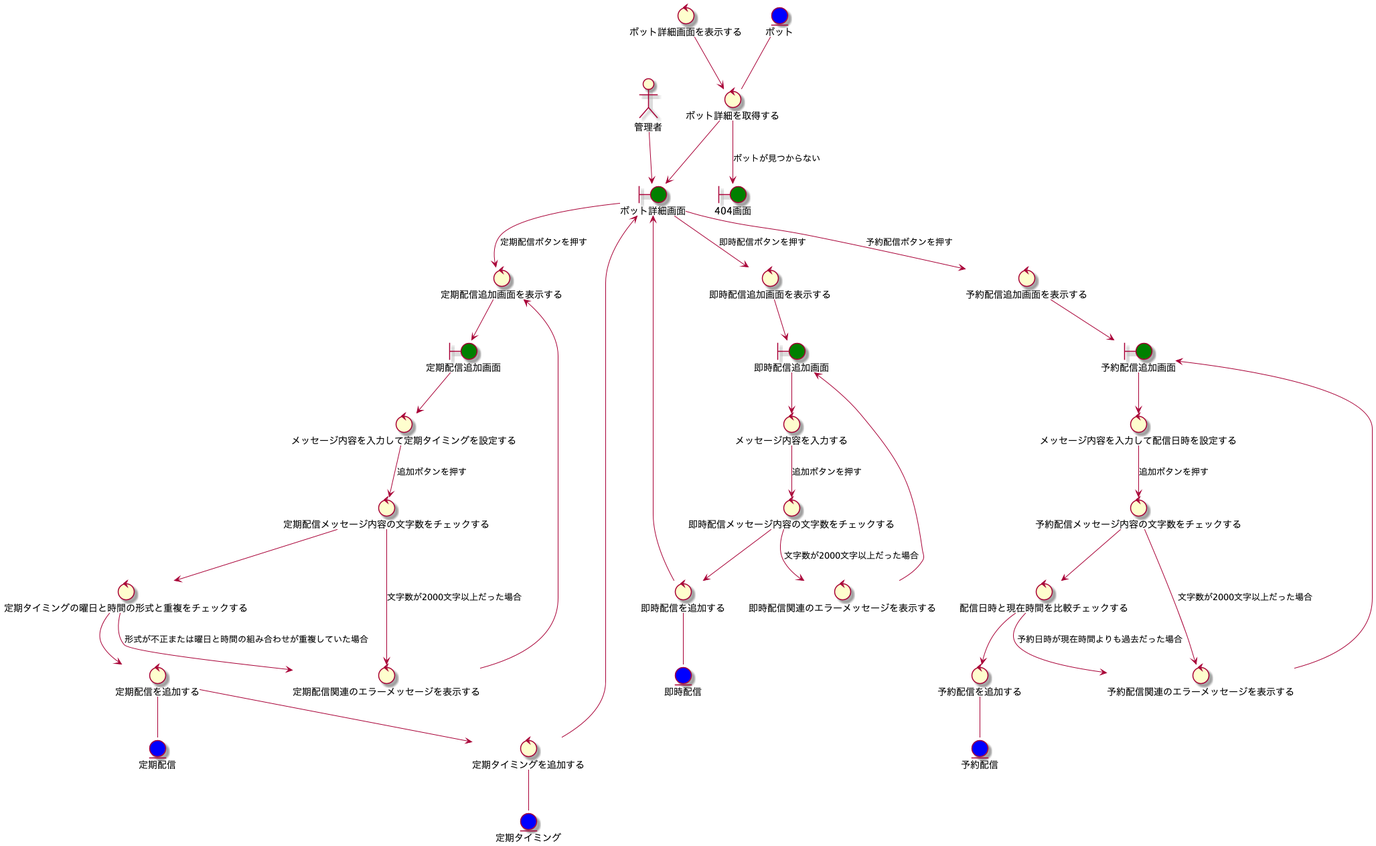
Above: diagram/analysis/robustness-post_message-create.png in takemo101/dc-scheduler (PlantUML), before the change. Source of this version:
```plantuml
@startuml robustness-post_message-create

actor 管理者
boundary ボット詳細画面 #green
boundary 即時配信追加画面 #green
boundary 定期配信追加画面 #green
boundary 予約配信追加画面 #green
boundary 404画面 #green
control ボット詳細画面を表示する
control ボット詳細を取得する
control 定期配信追加画面を表示する
control 即時配信追加画面を表示する
control 予約配信追加画面を表示する
control メッセージ内容を入力して配信日時を設定する
control メッセージ内容を入力する
control メッセージ内容を入力して定期タイミングを設定する
control 定期配信メッセージ内容の文字数をチェックする
control 即時配信メッセージ内容の文字数をチェックする
control 予約配信メッセージ内容の文字数をチェックする
control 配信日時と現在時間を比較チェックする
control 定期タイミングの曜日と時間の形式と重複をチェックする
control 定期配信関連のエラーメッセージを表示する
control 即時配信関連のエラーメッセージを表示する
control 予約配信関連のエラーメッセージを表示する
control 定期配信を追加する
control 定期タイミングを追加する
control 即時配信を追加する
control 予約配信を追加する
entity ボット #blue
entity 定期配信 #blue
entity 即時配信 #blue
entity 予約配信 #blue
entity 定期タイミング #blue

管理者 --> ボット詳細画面
ボット詳細画面を表示する --> ボット詳細を取得する
ボット詳細を取得する --> ボット詳細画面
ボット詳細を取得する --> 404画面 :ボットが見つからない
ボット -- ボット詳細を取得する
ボット詳細画面 --> 定期配信追加画面を表示する :定期配信ボタンを押す
ボット詳細画面 --> 即時配信追加画面を表示する :即時配信ボタンを押す
ボット詳細画面 --> 予約配信追加画面を表示する :予約配信ボタンを押す
定期配信追加画面を表示する --> 定期配信追加画面
即時配信追加画面を表示する --> 即時配信追加画面
予約配信追加画面を表示する --> 予約配信追加画面

定期配信追加画面 --> メッセージ内容を入力して定期タイミングを設定する
メッセージ内容を入力して定期タイミングを設定する --> 定期配信メッセージ内容の文字数をチェックする :追加ボタンを押す
定期配信メッセージ内容の文字数をチェックする --> 定期配信関連のエラーメッセージを表示する :文字数が2000文字以上だった場合
定期配信関連のエラーメッセージを表示する --> 定期配信追加画面を表示する
定期配信メッセージ内容の文字数をチェックする --> 定期タイミングの曜日と時間の形式と重複をチェックする
定期タイミングの曜日と時間の形式と重複をチェックする --> 定期配信関連のエラーメッセージを表示する :形式が不正または曜日と時間の組み合わせが重複していた場合
定期タイミングの曜日と時間の形式と重複をチェックする --> 定期配信を追加する
定期配信を追加する --> 定期タイミングを追加する
定期タイミングを追加する --> ボット詳細画面
定期配信を追加する -- 定期配信
定期タイミングを追加する -- 定期タイミング

即時配信追加画面 --> メッセージ内容を入力する
メッセージ内容を入力する --> 即時配信メッセージ内容の文字数をチェックする :追加ボタンを押す
即時配信メッセージ内容の文字数をチェックする --> 即時配信関連のエラーメッセージを表示する :文字数が2000文字以上だった場合
即時配信関連のエラーメッセージを表示する --> 即時配信追加画面
即時配信メッセージ内容の文字数をチェックする --> 即時配信を追加する
即時配信を追加する --> ボット詳細画面
即時配信を追加する -- 即時配信

予約配信追加画面 --> メッセージ内容を入力して配信日時を設定する
メッセージ内容を入力して配信日時を設定する --> 予約配信メッセージ内容の文字数をチェックする :追加ボタンを押す
予約配信メッセージ内容の文字数をチェックする --> 予約配信関連のエラーメッセージを表示する :文字数が2000文字以上だった場合
予約配信関連のエラーメッセージを表示する --> 予約配信追加画面
予約配信メッセージ内容の文字数をチェックする --> 配信日時と現在時間を比較チェックする
配信日時と現在時間を比較チェックする --> 予約配信関連のエラーメッセージを表示する :予約日時が現在時間よりも過去だった場合
配信日時と現在時間を比較チェックする --> 予約配信を追加する
予約配信を追加する -- 予約配信

@enduml
```
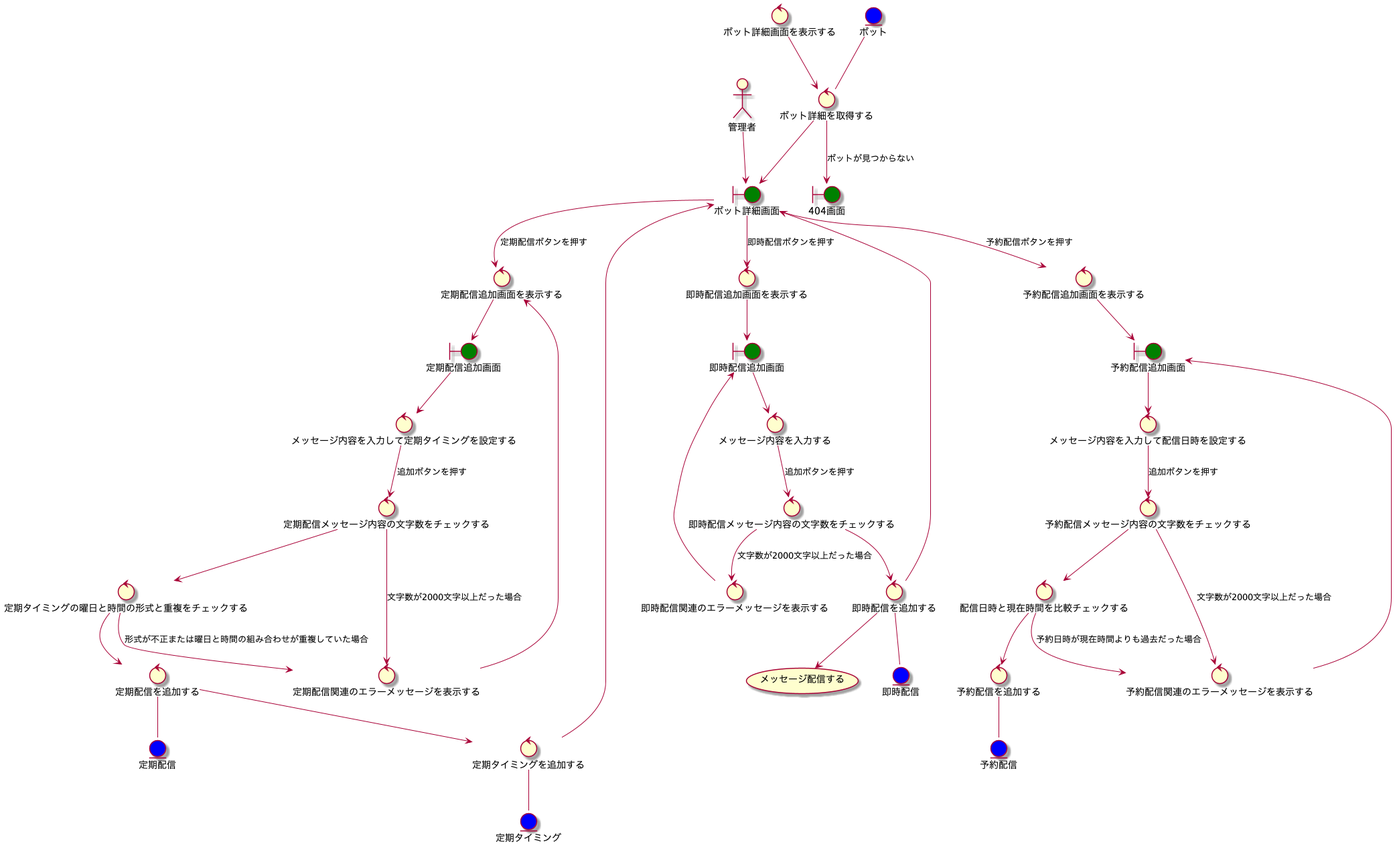
The same diagram one commit later.

Diff of the diagram source:
```diff
@@ -31,6 +31,7 @@
 entity 即時配信 #blue
 entity 予約配信 #blue
 entity 定期タイミング #blue
+usecase メッセージ配信する
 
 管理者 --> ボット詳細画面
 ボット詳細画面を表示する --> ボット詳細を取得する
@@ -63,6 +64,7 @@
 即時配信メッセージ内容の文字数をチェックする --> 即時配信を追加する
 即時配信を追加する --> ボット詳細画面
 即時配信を追加する -- 即時配信
+即時配信を追加する --> メッセージ配信する
 
 予約配信追加画面 --> メッセージ内容を入力して配信日時を設定する
 メッセージ内容を入力して配信日時を設定する --> 予約配信メッセージ内容の文字数をチェックする :追加ボタンを押す
```
